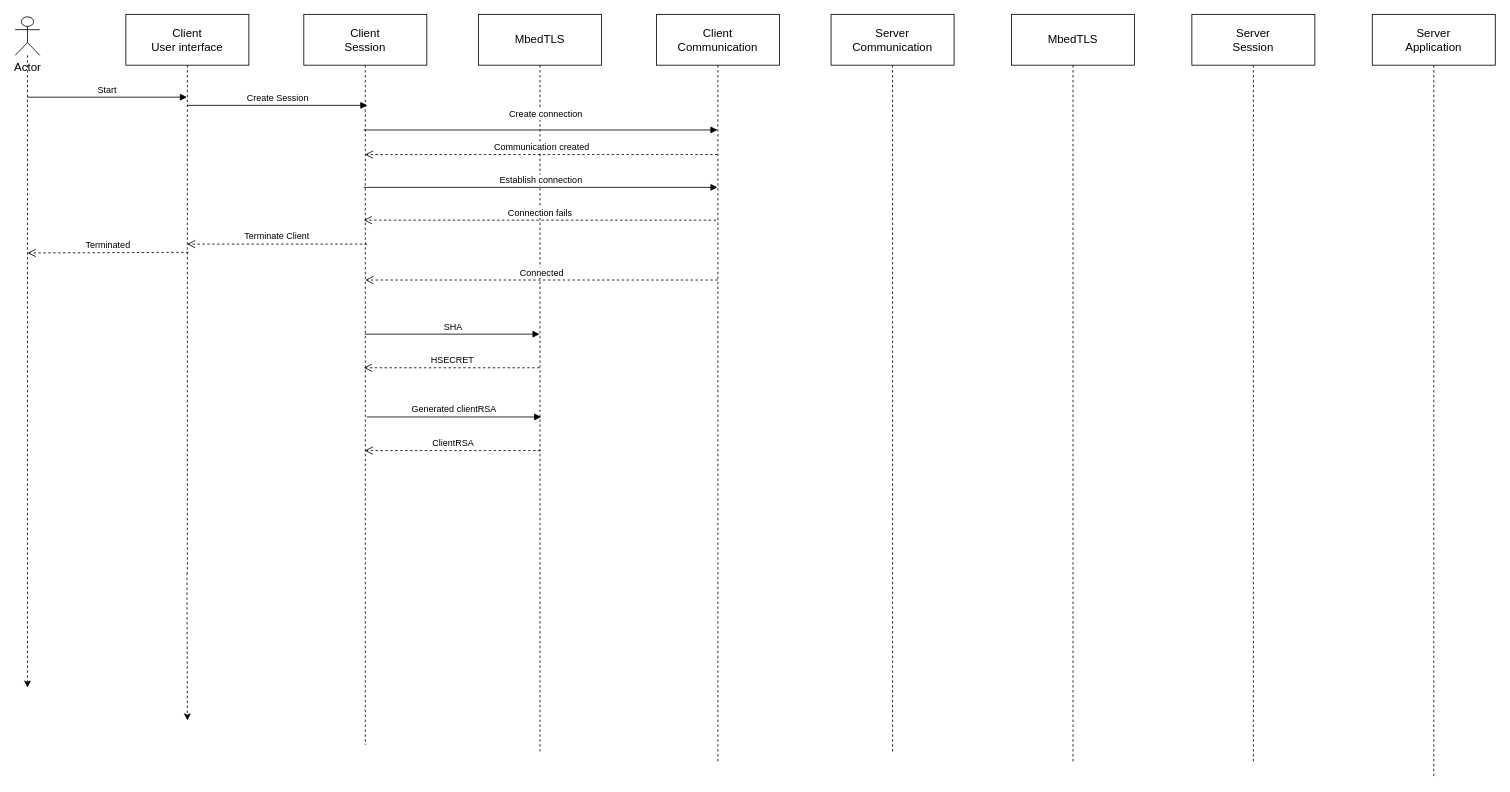
Above: docs/system_sequence_diagram.drawio in pernillamoreno/Exam-Security-Project (draw.io), before the change. Source tidied: cells renumbered, new cells numbered last; positions are measured from the earlier drawing's top-left corner, leaving out a move shared by most shapes. Both pictures are drawn from the tidied source at 82%, with x=0, y=0 at pixel (15, 14).
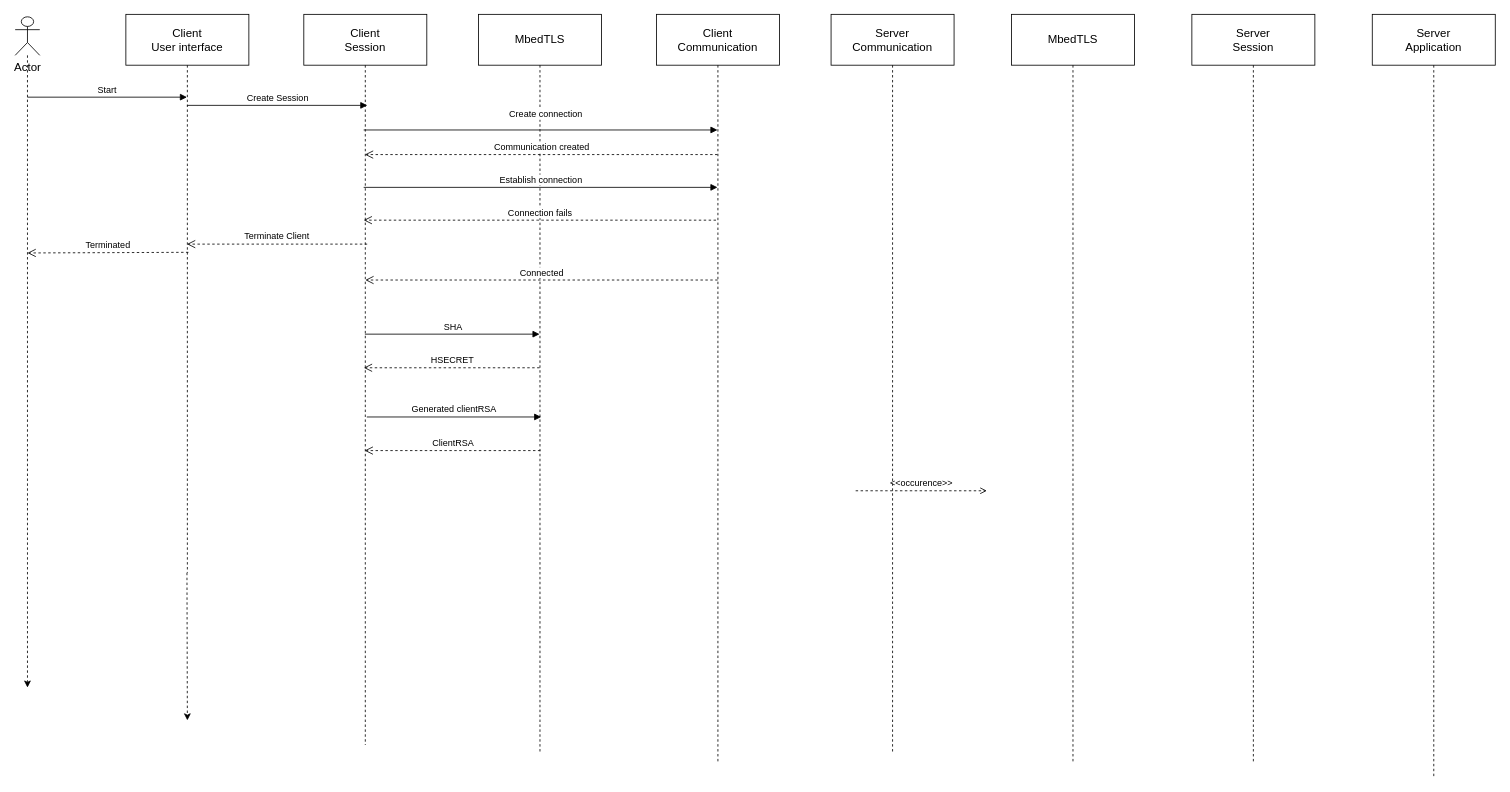
The same page after the edit.

What changed in the source:
```diff
@@
+    <mxCell id="26" value="&amp;lt;&amp;lt;occurence&amp;gt;&amp;gt;" style="html=1;verticalAlign=bottom;labelBackgroundColor=none;endArrow=open;endFill=0;dashed=1;" parent="1" edge="1">
+      <mxGeometry relative="1" as="geometry">
+        <mxPoint x="1025" y="581" as="sourcePoint" />
+        <mxPoint x="1185" y="581" as="targetPoint" />
+      </mxGeometry>
+    </mxCell>
```
